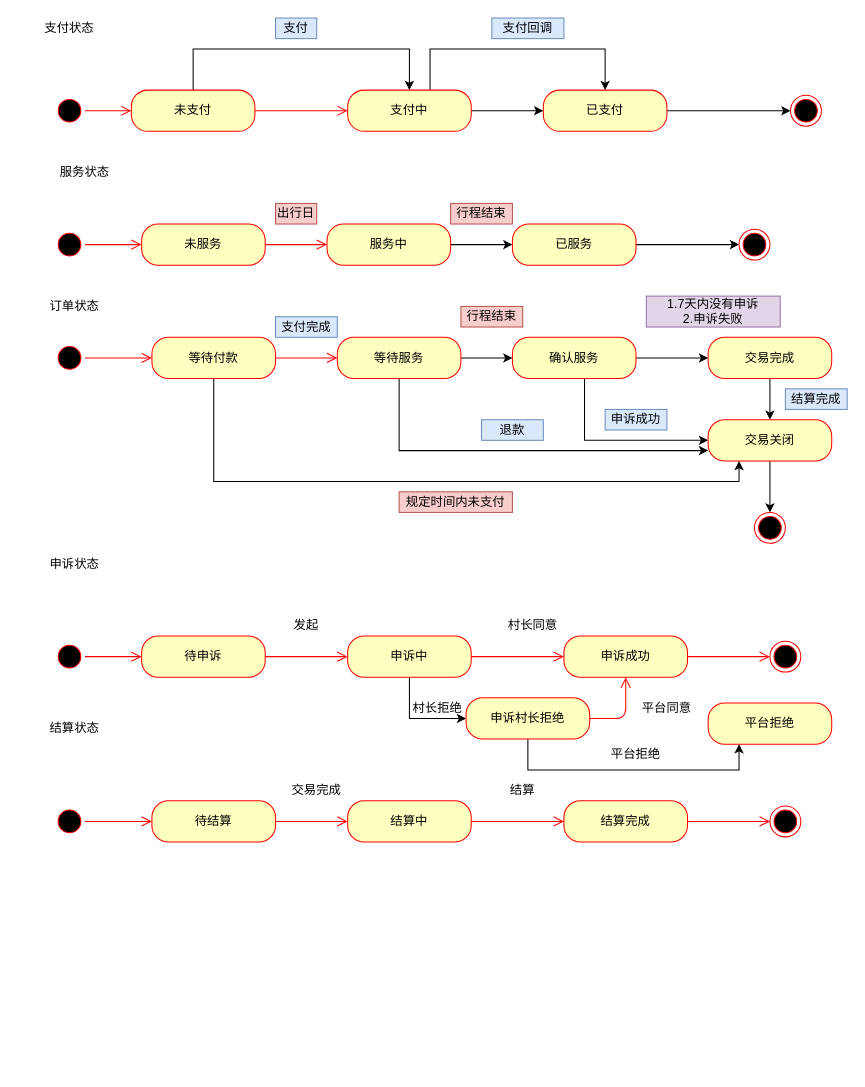
JhonShi/mashangqu keeps this draw.io diagram as page "新订单状态" (9 of 9) of 码上趣.drawio. Above is the earlier version. Source tidied: cells renumbered, new cells numbered last; positions are measured from the earlier drawing's top-left corner, leaving out a move shared by most shapes. Both pictures are drawn from the tidied source at 103%, with x=0, y=0 at pixel (18, 18).
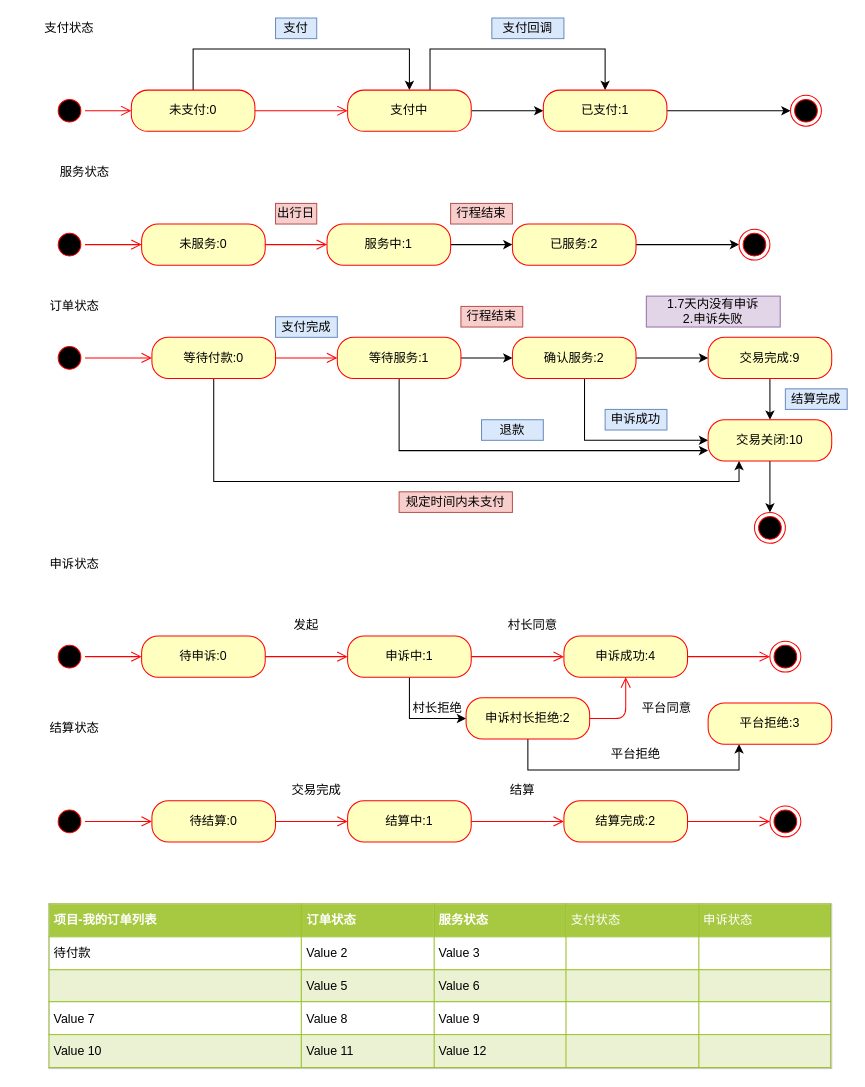
After the change.

Change to the diagram source:
```diff
@@
-    <mxCell id="6" value="未支付" style="rounded=1;whiteSpace=wrap;html=1;arcSize=40;fontColor=#000000;fillColor=#ffffc0;strokeColor=#ff0000;" parent="1" vertex="1">
+    <mxCell id="6" value="未支付:0" style="rounded=1;whiteSpace=wrap;html=1;arcSize=40;fontColor=#000000;fillColor=#ffffc0;strokeColor=#ff0000;" parent="1" vertex="1">
       <mxGeometry x="110" y="70" width="120" height="40" as="geometry" />
     </mxCell>
@@
-    <mxCell id="12" value="已支付" style="rounded=1;whiteSpace=wrap;html=1;arcSize=40;fontColor=#000000;fillColor=#ffffc0;strokeColor=#ff0000;" parent="1" vertex="1">
+    <mxCell id="12" value="已支付:1" style="rounded=1;whiteSpace=wrap;html=1;arcSize=40;fontColor=#000000;fillColor=#ffffc0;strokeColor=#ff0000;" parent="1" vertex="1">
       <mxGeometry x="510" y="70" width="120" height="40" as="geometry" />
     </mxCell>
@@
-    <mxCell id="17" value="未服务" style="rounded=1;whiteSpace=wrap;html=1;arcSize=40;fontColor=#000000;fillColor=#ffffc0;strokeColor=#ff0000;" parent="1" vertex="1">
+    <mxCell id="17" value="未服务:0" style="rounded=1;whiteSpace=wrap;html=1;arcSize=40;fontColor=#000000;fillColor=#ffffc0;strokeColor=#ff0000;" parent="1" vertex="1">
       <mxGeometry x="120" y="200" width="120" height="40" as="geometry" />
     </mxCell>
@@
-    <mxCell id="22" value="服务中" style="rounded=1;whiteSpace=wrap;html=1;arcSize=40;fontColor=#000000;fillColor=#ffffc0;strokeColor=#ff0000;" parent="1" vertex="1">
+    <mxCell id="22" value="服务中:1" style="rounded=1;whiteSpace=wrap;html=1;arcSize=40;fontColor=#000000;fillColor=#ffffc0;strokeColor=#ff0000;" parent="1" vertex="1">
       <mxGeometry x="300" y="200" width="120" height="40" as="geometry" />
     </mxCell>
@@
-    <mxCell id="24" value="已服务" style="rounded=1;whiteSpace=wrap;html=1;arcSize=40;fontColor=#000000;fillColor=#ffffc0;strokeColor=#ff0000;" parent="1" vertex="1">
+    <mxCell id="24" value="已服务:2" style="rounded=1;whiteSpace=wrap;html=1;arcSize=40;fontColor=#000000;fillColor=#ffffc0;strokeColor=#ff0000;" parent="1" vertex="1">
       <mxGeometry x="480" y="200" width="120" height="40" as="geometry" />
     </mxCell>
@@
-    <mxCell id="32" value="等待付款" style="rounded=1;whiteSpace=wrap;html=1;arcSize=40;fontColor=#000000;fillColor=#ffffc0;strokeColor=#ff0000;" parent="1" vertex="1">
+    <mxCell id="32" value="等待付款:0" style="rounded=1;whiteSpace=wrap;html=1;arcSize=40;fontColor=#000000;fillColor=#ffffc0;strokeColor=#ff0000;" parent="1" vertex="1">
       <mxGeometry x="130" y="310" width="120" height="40" as="geometry" />
     </mxCell>
@@
-    <mxCell id="36" value="等待服务" style="rounded=1;whiteSpace=wrap;html=1;arcSize=40;fontColor=#000000;fillColor=#ffffc0;strokeColor=#ff0000;" parent="1" vertex="1">
+    <mxCell id="36" value="等待服务:1" style="rounded=1;whiteSpace=wrap;html=1;arcSize=40;fontColor=#000000;fillColor=#ffffc0;strokeColor=#ff0000;" parent="1" vertex="1">
       <mxGeometry x="310" y="310" width="120" height="40" as="geometry" />
     </mxCell>
@@
-    <mxCell id="39" value="确认服务" style="rounded=1;whiteSpace=wrap;html=1;arcSize=40;fontColor=#000000;fillColor=#ffffc0;strokeColor=#ff0000;" parent="1" vertex="1">
+    <mxCell id="39" value="确认服务:2" style="rounded=1;whiteSpace=wrap;html=1;arcSize=40;fontColor=#000000;fillColor=#ffffc0;strokeColor=#ff0000;" parent="1" vertex="1">
       <mxGeometry x="480" y="310" width="120" height="40" as="geometry" />
     </mxCell>
@@
-    <mxCell id="41" value="交易完成" style="rounded=1;whiteSpace=wrap;html=1;arcSize=40;fontColor=#000000;fillColor=#ffffc0;strokeColor=#ff0000;" parent="1" vertex="1">
+    <mxCell id="41" value="交易完成:9" style="rounded=1;whiteSpace=wrap;html=1;arcSize=40;fontColor=#000000;fillColor=#ffffc0;strokeColor=#ff0000;" parent="1" vertex="1">
       <mxGeometry x="670" y="310" width="120" height="40" as="geometry" />
     </mxCell>
@@
-    <mxCell id="43" value="交易关闭" style="rounded=1;whiteSpace=wrap;html=1;arcSize=40;fontColor=#000000;fillColor=#ffffc0;strokeColor=#ff0000;" parent="1" vertex="1">
+    <mxCell id="43" value="交易关闭:10" style="rounded=1;whiteSpace=wrap;html=1;arcSize=40;fontColor=#000000;fillColor=#ffffc0;strokeColor=#ff0000;" parent="1" vertex="1">
       <mxGeometry x="670" y="390" width="120" height="40" as="geometry" />
     </mxCell>
@@
-    <mxCell id="48" value="待申诉" style="rounded=1;whiteSpace=wrap;html=1;arcSize=40;fontColor=#000000;fillColor=#ffffc0;strokeColor=#ff0000;" parent="1" vertex="1">
+    <mxCell id="48" value="待申诉:0" style="rounded=1;whiteSpace=wrap;html=1;arcSize=40;fontColor=#000000;fillColor=#ffffc0;strokeColor=#ff0000;" parent="1" vertex="1">
       <mxGeometry x="120" y="600" width="120" height="40" as="geometry" />
     </mxCell>
@@
-    <mxCell id="51" value="申诉中" style="rounded=1;whiteSpace=wrap;html=1;arcSize=40;fontColor=#000000;fillColor=#ffffc0;strokeColor=#ff0000;" parent="1" vertex="1">
+    <mxCell id="51" value="申诉中:1" style="rounded=1;whiteSpace=wrap;html=1;arcSize=40;fontColor=#000000;fillColor=#ffffc0;strokeColor=#ff0000;" parent="1" vertex="1">
       <mxGeometry x="320" y="600" width="120" height="40" as="geometry" />
     </mxCell>
@@
-    <mxCell id="53" value="申诉成功" style="rounded=1;whiteSpace=wrap;html=1;arcSize=40;fontColor=#000000;fillColor=#ffffc0;strokeColor=#ff0000;" parent="1" vertex="1">
+    <mxCell id="53" value="申诉成功:4" style="rounded=1;whiteSpace=wrap;html=1;arcSize=40;fontColor=#000000;fillColor=#ffffc0;strokeColor=#ff0000;" parent="1" vertex="1">
       <mxGeometry x="530" y="600" width="120" height="40" as="geometry" />
     </mxCell>
@@
-    <mxCell id="61" value="待结算" style="rounded=1;whiteSpace=wrap;html=1;arcSize=40;fontColor=#000000;fillColor=#ffffc0;strokeColor=#ff0000;" parent="1" vertex="1">
+    <mxCell id="61" value="待结算:0" style="rounded=1;whiteSpace=wrap;html=1;arcSize=40;fontColor=#000000;fillColor=#ffffc0;strokeColor=#ff0000;" parent="1" vertex="1">
       <mxGeometry x="130" y="760" width="120" height="40" as="geometry" />
     </mxCell>
@@
-    <mxCell id="63" value="结算中" style="rounded=1;whiteSpace=wrap;html=1;arcSize=40;fontColor=#000000;fillColor=#ffffc0;strokeColor=#ff0000;" parent="1" vertex="1">
+    <mxCell id="63" value="结算中:1" style="rounded=1;whiteSpace=wrap;html=1;arcSize=40;fontColor=#000000;fillColor=#ffffc0;strokeColor=#ff0000;" parent="1" vertex="1">
       <mxGeometry x="320" y="760" width="120" height="40" as="geometry" />
     </mxCell>
@@
-    <mxCell id="65" value="结算完成" style="rounded=1;whiteSpace=wrap;html=1;arcSize=40;fontColor=#000000;fillColor=#ffffc0;strokeColor=#ff0000;" parent="1" vertex="1">
+    <mxCell id="65" value="结算完成:2" style="rounded=1;whiteSpace=wrap;html=1;arcSize=40;fontColor=#000000;fillColor=#ffffc0;strokeColor=#ff0000;" parent="1" vertex="1">
       <mxGeometry x="530" y="760" width="120" height="40" as="geometry" />
     </mxCell>
@@
-    <mxCell id="78" value="申诉村长拒绝" style="rounded=1;whiteSpace=wrap;html=1;arcSize=40;fontColor=#000000;fillColor=#ffffc0;strokeColor=#ff0000;" parent="1" vertex="1">
+    <mxCell id="78" value="申诉村长拒绝:2" style="rounded=1;whiteSpace=wrap;html=1;arcSize=40;fontColor=#000000;fillColor=#ffffc0;strokeColor=#ff0000;" parent="1" vertex="1">
       <mxGeometry x="435" y="660" width="120" height="40" as="geometry" />
     </mxCell>
@@
-    <mxCell id="82" value="平台拒绝" style="rounded=1;whiteSpace=wrap;html=1;arcSize=40;fontColor=#000000;fillColor=#ffffc0;strokeColor=#ff0000;" parent="1" vertex="1">
+    <mxCell id="82" value="平台拒绝:3" style="rounded=1;whiteSpace=wrap;html=1;arcSize=40;fontColor=#000000;fillColor=#ffffc0;strokeColor=#ff0000;" parent="1" vertex="1">
       <mxGeometry x="670" y="665" width="120" height="40" as="geometry" />
     </mxCell>
@@
+    <mxCell id="84" value="&lt;table border=&quot;1&quot; width=&quot;100%&quot; cellpadding=&quot;4&quot; style=&quot;width: 100% ; height: 100% ; border-collapse: collapse&quot;&gt;&lt;tbody&gt;&lt;tr style=&quot;background-color: #a7c942 ; color: #ffffff ; border: 1px solid #98bf21&quot;&gt;&lt;th align=&quot;left&quot;&gt;项目-我的订单列表&lt;/th&gt;&lt;th align=&quot;left&quot;&gt;订单状态&lt;/th&gt;&lt;th align=&quot;left&quot;&gt;服务状态&lt;/th&gt;&lt;td&gt;支付状态&lt;/td&gt;&lt;td&gt;申诉状态&lt;/td&gt;&lt;/tr&gt;&lt;tr style=&quot;border: 1px solid #98bf21&quot;&gt;&lt;td&gt;待付款&lt;/td&gt;&lt;td&gt;Value 2&lt;/td&gt;&lt;td&gt;Value 3&lt;/td&gt;&lt;td&gt;&lt;br&gt;&lt;/td&gt;&lt;td&gt;&lt;br&gt;&lt;/td&gt;&lt;/tr&gt;&lt;tr style=&quot;background-color: #eaf2d3 ; border: 1px solid #98bf21&quot;&gt;&lt;td&gt;&lt;br&gt;&lt;/td&gt;&lt;td&gt;Value 5&lt;/td&gt;&lt;td&gt;Value 6&lt;/td&gt;&lt;td&gt;&lt;br&gt;&lt;/td&gt;&lt;td&gt;&lt;br&gt;&lt;/td&gt;&lt;/tr&gt;&lt;tr style=&quot;border: 1px solid #98bf21&quot;&gt;&lt;td&gt;Value 7&lt;/td&gt;&lt;td&gt;Value 8&lt;/td&gt;&lt;td&gt;Value 9&lt;/td&gt;&lt;td&gt;&lt;br&gt;&lt;/td&gt;&lt;td&gt;&lt;br&gt;&lt;/td&gt;&lt;/tr&gt;&lt;tr style=&quot;background-color: #eaf2d3 ; border: 1px solid #98bf21&quot;&gt;&lt;td&gt;Value 10&lt;/td&gt;&lt;td&gt;Value 11&lt;/td&gt;&lt;td&gt;Value 12&lt;/td&gt;&lt;td&gt;&lt;br&gt;&lt;/td&gt;&lt;td&gt;&lt;br&gt;&lt;/td&gt;&lt;/tr&gt;&lt;/tbody&gt;&lt;/table&gt;" style="text;html=1;strokeColor=#c0c0c0;fillColor=#ffffff;overflow=fill;rounded=0;" parent="1" vertex="1">
+      <mxGeometry x="30" y="860" width="760" height="160" as="geometry" />
+    </mxCell>
```
